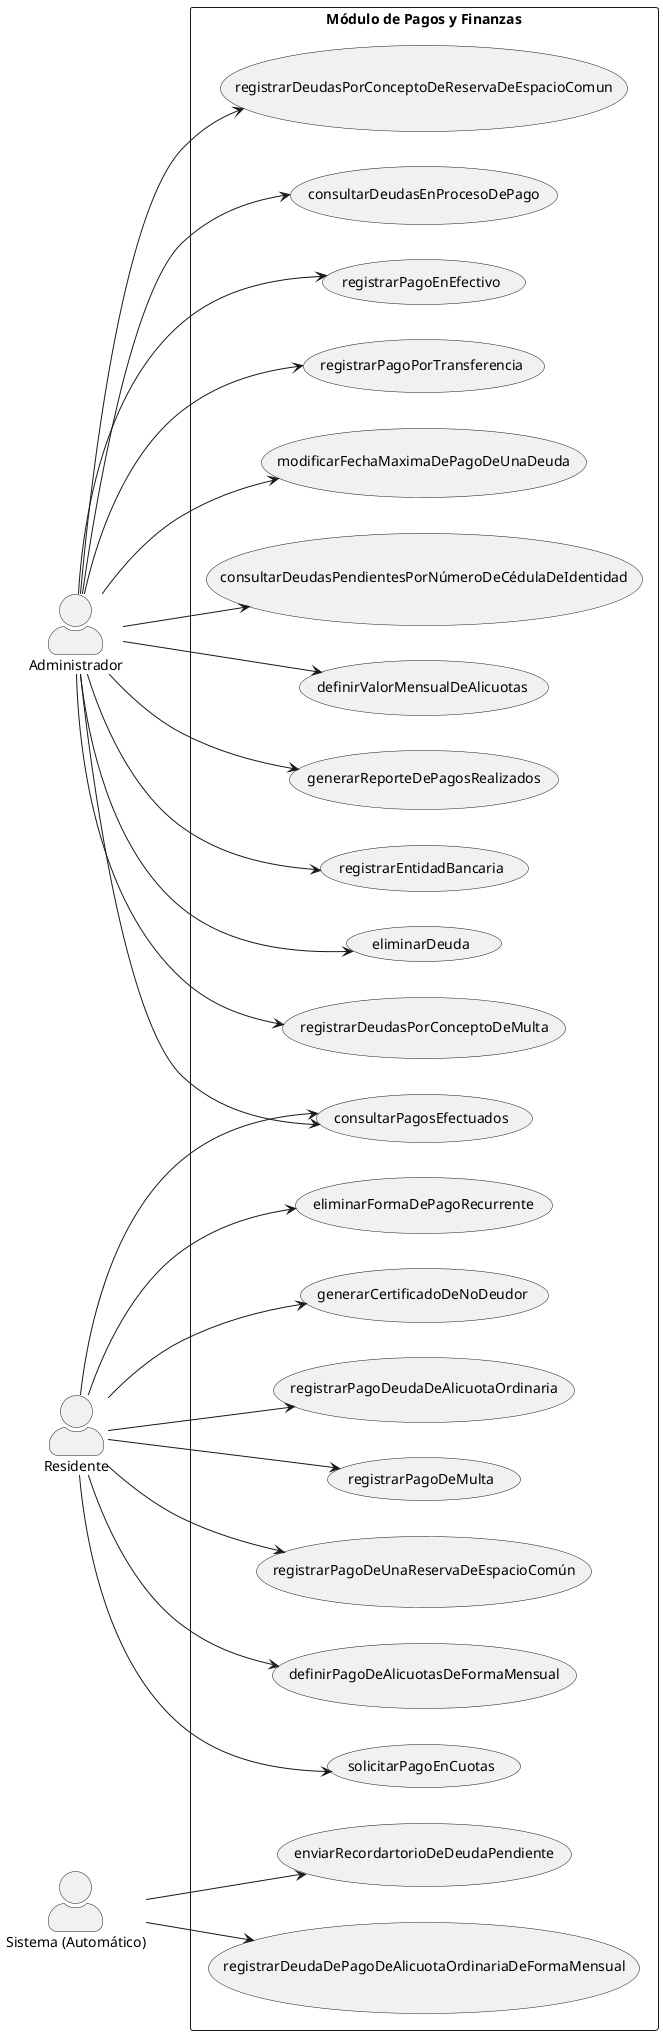
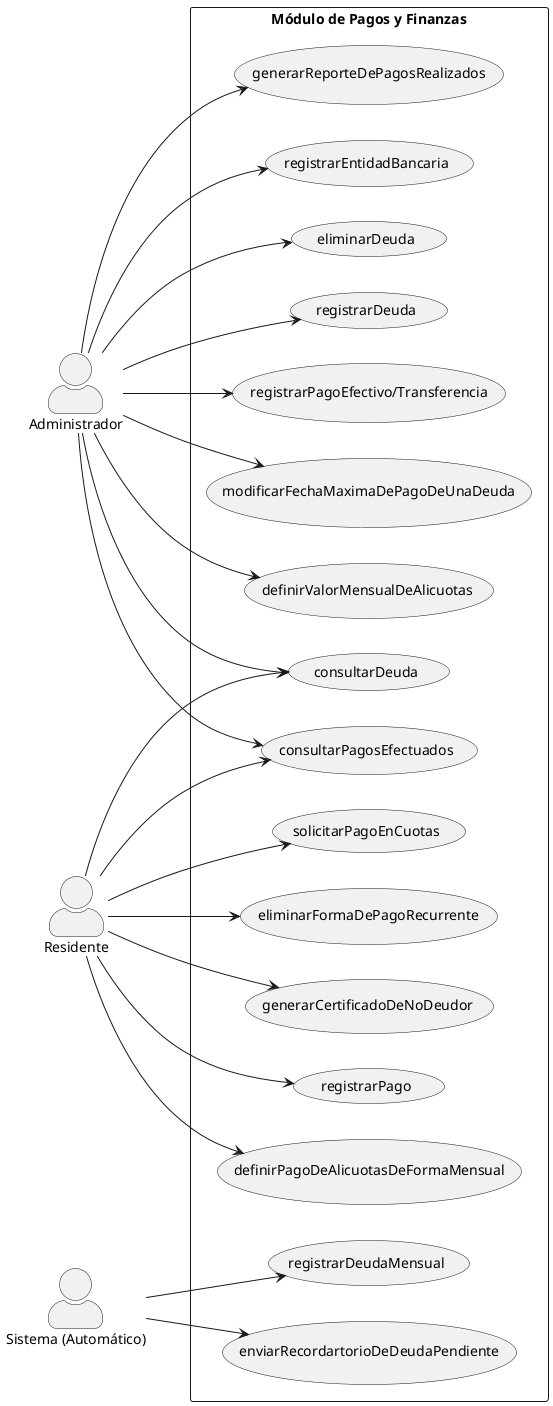
@startuml
skinparam actorStyle awesome
left to right direction

actor "Administrador" as Admin
actor "Residente" as Residente
actor "Sistema (Automático)" as Sistema

rectangle "Módulo de Pagos y Finanzas" {
+     ' CASOS DE USO DEL ADMINISTRADOR
+     usecase "registrarDeuda" as UC_RegistrarDeuda
+     usecase "registrarPagoEfectivo/Transferencia" as UC_PagoAdmin
+     usecase "modificarFechaMaximaDePagoDeUnaDeuda" as UC_R1
+     usecase "definirValorMensualDeAlicuotas" as UC_R3
+     usecase "generarReporteDePagosRealizados" as UC_B1
+     usecase "registrarEntidadBancaria" as UC_F1
+     usecase "eliminarDeuda" as UC_F5

-     ' --- Casos de Uso Existentes ---
-     usecase "registrarPagoDeudaDeAlicuotaOrdinaria" as UC_E1
-     usecase "registrarPagoDeMulta" as UC_E2
-     usecase "registrarPagoDeUnaReservaDeEspacioComún" as UC_E3
-     usecase "registrarDeudasPorConceptoDeMulta" as UC_E4
-     usecase "registrarDeudasPorConceptoDeReservaDeEspacioComun" as UC_E5
-     usecase "registrarDeudaDePagoDeAlicuotaOrdinariaDeFormaMensual" as UC_E6
-     usecase "consultarDeudasEnProcesoDePago" as UC_E7
-     usecase "registrarPagoEnEfectivo" as UC_A1
-     usecase "registrarPagoPorTransferencia" as UC_A2
-     usecase "modificarFechaMaximaDePagoDeUnaDeuda" as UC_R1
-     usecase "consultarDeudasPendientesPorNúmeroDeCédulaDeIdentidad" as UC_R2
-     usecase "definirValorMensualDeAlicuotas" as UC_R3
+     ' CASOS DE USO DEL RESIDENTE
+     usecase "registrarPago" as UC_PagoResidente
    usecase "definirPagoDeAlicuotasDeFormaMensual" as UC_R4
-     usecase "generarReporteDePagosRealizados" as UC_B1
-     usecase "enviarRecordartorioDeDeudaPendiente" as UC_B2
-     usecase "registrarEntidadBancaria" as UC_F1
-     usecase "consultarPagosEfectuados" as UC_F2
    usecase "solicitarPagoEnCuotas" as UC_F3
    usecase "eliminarFormaDePagoRecurrente" as UC_F4
-     usecase "eliminarDeuda" as UC_F5
    usecase "generarCertificadoDeNoDeudor" as UC_F6
+ 
+     ' CASOS DE USO COMPARTIDOS (Admin y Residente)
+     usecase "consultarDeuda" as UC_ConsultarDeuda
+     usecase "consultarPagosEfectuados" as UC_F2
+ 
+     ' CASOS DE USO DEL SISTEMA
+     usecase "registrarDeudaMensual" as UC_DeudaMensualSistema
+     usecase "enviarRecordartorioDeDeudaPendiente" as UC_B2
}

' --- Relaciones del Residente ---
- Residente --> UC_E1
- Residente --> UC_E2
- Residente --> UC_E3
+ Residente --> UC_PagoResidente
+ Residente --> UC_ConsultarDeuda
Residente --> UC_F2
Residente --> UC_F3
Residente --> UC_F4
Residente --> UC_F6
Residente --> UC_R4
+ 
' --- Relaciones del Administrador ---
- Admin --> UC_E4
- Admin --> UC_E5
- Admin --> UC_E7
- Admin --> UC_A1
- Admin --> UC_A2
+ Admin --> UC_RegistrarDeuda
+ Admin --> UC_PagoAdmin
+ Admin --> UC_ConsultarDeuda
Admin --> UC_R1
- Admin --> UC_R2
Admin --> UC_R3
- ' UC_R4 fue eliminado de aquí
Admin --> UC_B1
Admin --> UC_F1
Admin --> UC_F2
Admin --> UC_F5

' --- Relaciones del Sistema (Procesos Automáticos) ---
- Sistema --> UC_E6
Sistema --> UC_B2
+ Sistema --> UC_DeudaMensualSistema

@enduml